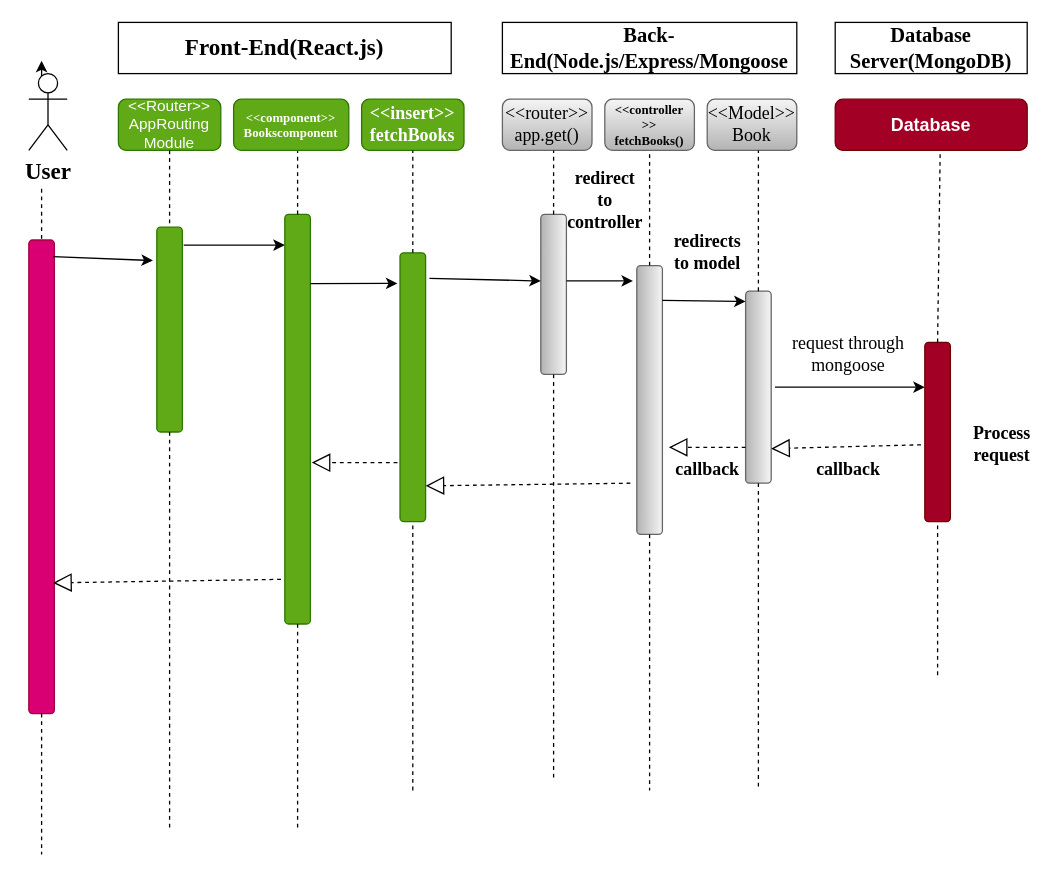
Earlier version of the draw.io diagram images/Untitled Diagram.drawio (ViNguyen3747/Voice-Powered-Self-Productivity). Source tidied: cells renumbered, new cells numbered last; positions are measured from the earlier drawing's top-left corner, leaving out a move shared by most shapes. Both pictures are drawn from the tidied source at 128%, with x=0, y=0 at pixel (28, 22).
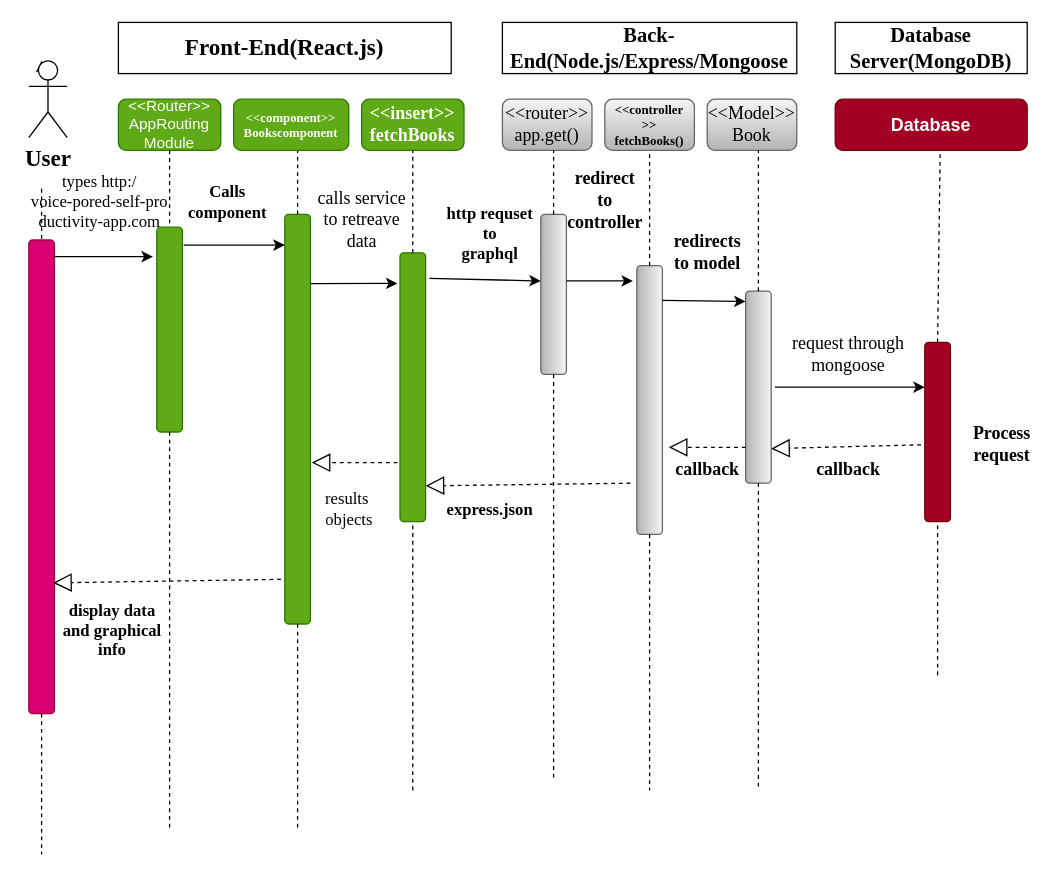
The same page after the edit.

The change refers to these unchanged cells:
```xml
<mxCell id="13" style="rounded=1;whiteSpace=wrap;html=1;direction=south;fillColor=#d80073;strokeColor=#A50040;fontColor=#ffffff;" parent="1" vertex="1">
  <mxGeometry y="170" width="20" height="370" as="geometry" />
</mxCell>
<mxCell id="14" style="rounded=1;whiteSpace=wrap;html=1;direction=south;fillColor=#60a917;strokeColor=#2D7600;fontColor=#ffffff;" parent="1" vertex="1">
  <mxGeometry x="100" y="160" width="20" height="160" as="geometry" />
</mxCell>
```

The edit, as a diff of the source:
```diff
@@
     <mxCell id="3" value="&lt;font face=&quot;Times New Roman&quot; size=&quot;1&quot;&gt;&lt;b style=&quot;font-size: 18px&quot;&gt;User&lt;/b&gt;&lt;/font&gt;" style="shape=umlActor;verticalLabelPosition=bottom;verticalAlign=top;html=1;outlineConnect=0;" parent="1" vertex="1">
-      <mxGeometry y="40" width="30" height="60" as="geometry" />
+      <mxGeometry y="30" width="30" height="60" as="geometry" />
     </mxCell>
@@
-    <mxCell id="53" style="endArrow=classic;html=1;fontFamily=Times New Roman;fontSize=17;exitX=0.035;exitY=0.05;exitDx=0;exitDy=0;exitPerimeter=0;entryX=0.163;entryY=1.15;entryDx=0;entryDy=0;entryPerimeter=0;" parent="1" edge="1" source="13" target="14">
+    <mxCell id="53" style="endArrow=classic;html=1;fontFamily=Times New Roman;fontSize=17;exitX=0.035;exitY=0.05;exitDx=0;exitDy=0;exitPerimeter=0;entryX=0.144;entryY=1.15;entryDx=0;entryDy=0;entryPerimeter=0;" parent="1" edge="1" source="13" target="14">
       <mxGeometry relative="1" as="geometry" />
     </mxCell>
@@
+    <mxCell id="56" value="&lt;font style=&quot;font-size: 13px;&quot;&gt;&lt;b style=&quot;font-size: 13px;&quot;&gt;Calls &lt;br style=&quot;font-size: 13px;&quot;&gt;component&lt;/b&gt;&lt;/font&gt;" style="text;html=1;align=center;verticalAlign=middle;strokeColor=none;fillColor=none;fontSize=13;fontFamily=Times New Roman;" parent="1" vertex="1">
+      <mxGeometry x="115" y="120" width="80" height="40" as="geometry" />
+    </mxCell>
+    <mxCell id="57" value="&lt;span style=&quot;font-size: 14px&quot;&gt;calls service&lt;br&gt;to retreave&lt;br&gt;data&lt;br&gt;&lt;/span&gt;" style="text;html=1;align=center;verticalAlign=middle;strokeColor=none;fillColor=none;fontSize=13;fontFamily=Times New Roman;" parent="1" vertex="1">
+      <mxGeometry x="220" y="130" width="80" height="50" as="geometry" />
+    </mxCell>
+    <mxCell id="58" value="&lt;b&gt;display data&lt;br&gt;and graphical&lt;br&gt;info&lt;br&gt;&lt;/b&gt;" style="text;html=1;align=center;verticalAlign=middle;strokeColor=none;fillColor=none;fontSize=13;fontFamily=Times New Roman;" parent="1" vertex="1">
+      <mxGeometry x="20" y="450" width="90" height="50" as="geometry" />
+    </mxCell>
+    <mxCell id="59" value="express.json" style="text;html=1;align=center;verticalAlign=middle;strokeColor=none;fillColor=none;fontSize=13;fontFamily=Times New Roman;fontStyle=1;" parent="1" vertex="1">
+      <mxGeometry x="320" y="370" width="80" height="20" as="geometry" />
+    </mxCell>
+    <mxCell id="60" value="&lt;b&gt;http requset&lt;br&gt;to&lt;br&gt;graphql&lt;br&gt;&lt;/b&gt;" style="text;html=1;align=center;verticalAlign=middle;strokeColor=none;fillColor=none;fontSize=13;fontFamily=Times New Roman;" parent="1" vertex="1">
+      <mxGeometry x="320" y="140" width="80" height="50" as="geometry" />
+    </mxCell>
+    <mxCell id="61" value="results&amp;nbsp;&lt;br&gt;objects" style="text;html=1;align=center;verticalAlign=middle;strokeColor=none;fillColor=none;fontSize=13;fontFamily=Times New Roman;" parent="1" vertex="1">
+      <mxGeometry x="225" y="360" width="50" height="40" as="geometry" />
+    </mxCell>
+    <mxCell id="62" value="types http:/&lt;br&gt;voice-pored-self-pro&lt;br&gt;ductivity-app.com" style="text;html=1;align=center;verticalAlign=middle;strokeColor=none;fillColor=none;fontSize=13;fontFamily=Times New Roman;" parent="1" vertex="1">
+      <mxGeometry x="-5" y="115" width="120" height="50" as="geometry" />
+    </mxCell>
```
